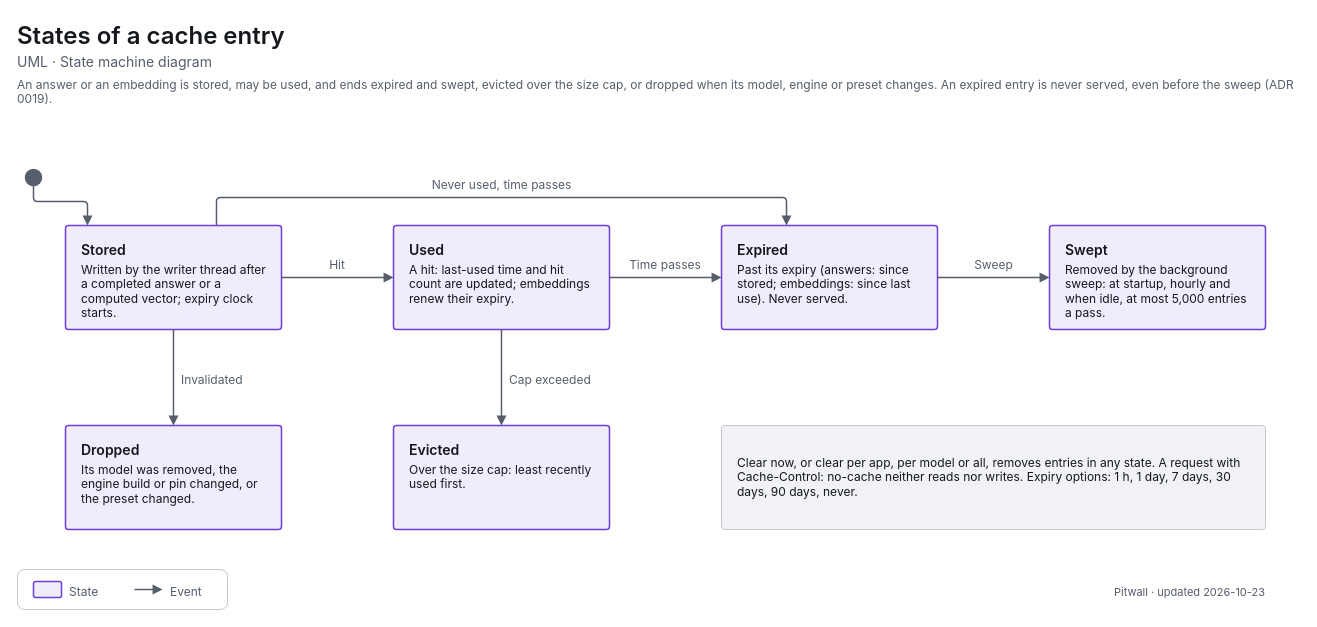
Above: apps/pitwall/docs/diagrams/uml-state-cache-entry.drawio in decryp7/paddock (draw.io), before the change. Source tidied: cells renumbered, new cells numbered last; positions are measured from the earlier drawing's top-left corner, leaving out a move shared by most shapes. Both pictures are drawn from the tidied source at 100%, with x=0, y=0 at pixel (17, 17).
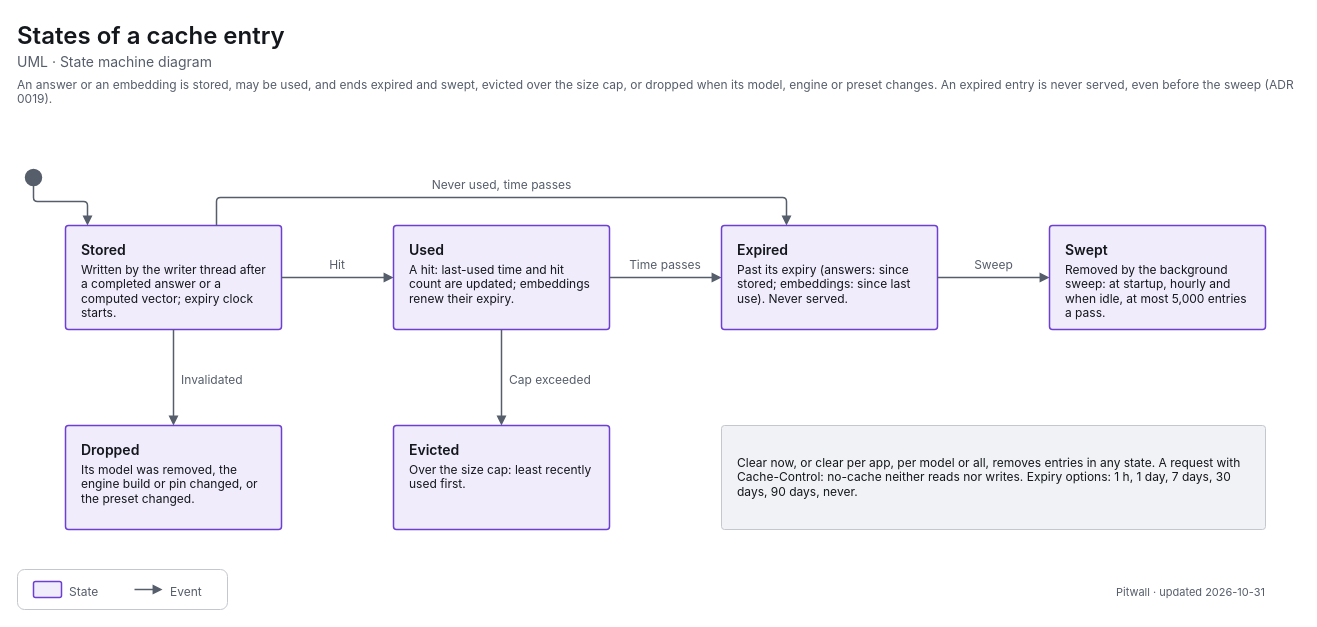
The same page after the edit.

Change to the diagram source:
```diff
@@
-    <mxCell id="31" value="&lt;span style=&quot;font-size:11px;font-weight:400&quot;&gt;Pitwall · updated 2026-10-23&lt;/span&gt;" style="html=1;whiteSpace=wrap;fontFamily=-apple-system,BlinkMacSystemFont,Segoe UI,system-ui,sans-serif;fontSize=12;fontColor=light-dark(#14171C,#ECEEF1);text;strokeColor=none;fillColor=none;align=right;verticalAlign=top;spacing=0;fontColor=light-dark(#565E6B,#A0A7B2);" parent="1" vertex="1">
+    <mxCell id="31" value="&lt;span style=&quot;font-size:11px;font-weight:400&quot;&gt;Pitwall · updated 2026-10-31&lt;/span&gt;" style="html=1;whiteSpace=wrap;fontFamily=-apple-system,BlinkMacSystemFont,Segoe UI,system-ui,sans-serif;fontSize=12;fontColor=light-dark(#14171C,#ECEEF1);text;strokeColor=none;fillColor=none;align=right;verticalAlign=top;spacing=0;fontColor=light-dark(#565E6B,#A0A7B2);" parent="1" vertex="1">
       <mxGeometry x="888" y="563" width="360" height="18" as="geometry" />
     </mxCell>
```
